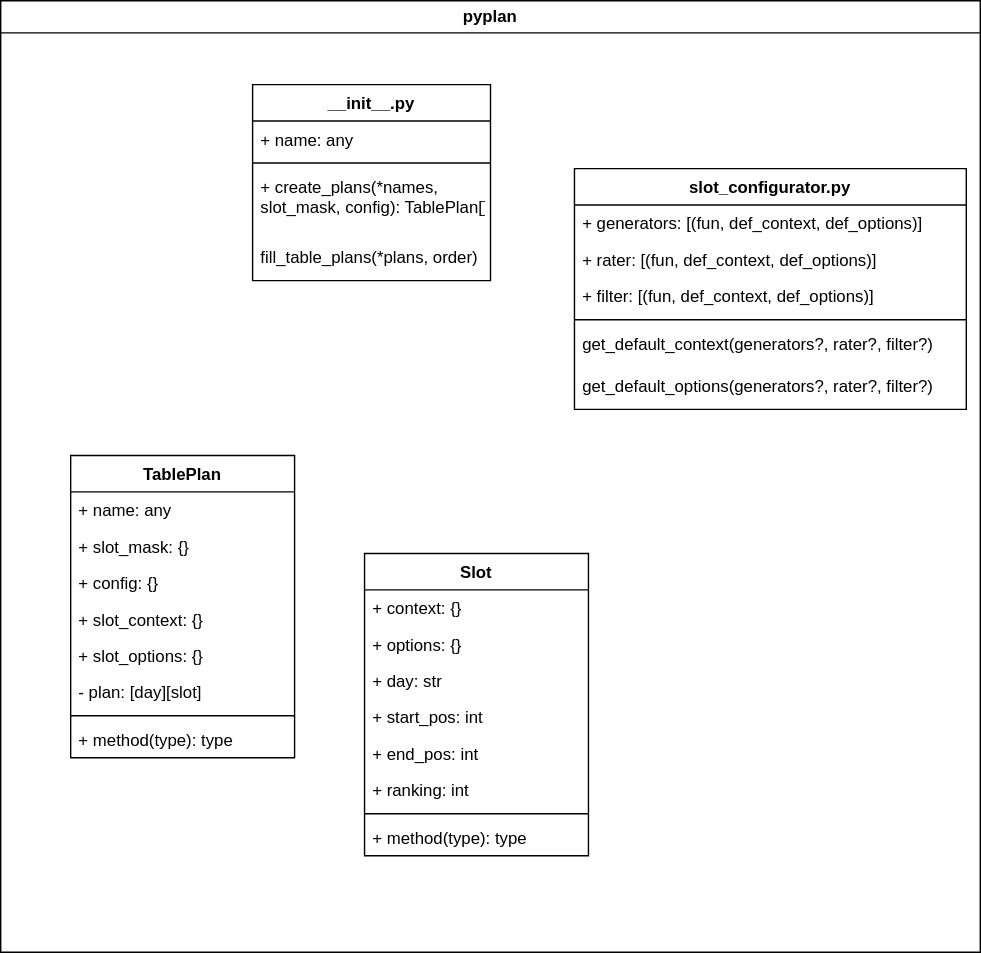
Before: overview.svg, a diagram exported from draw.io (Mankianer/Stundenplan). Source tidied: cells renumbered, new cells last; positions are measured from the earlier drawing's top-left corner, leaving out a move shared by most shapes.
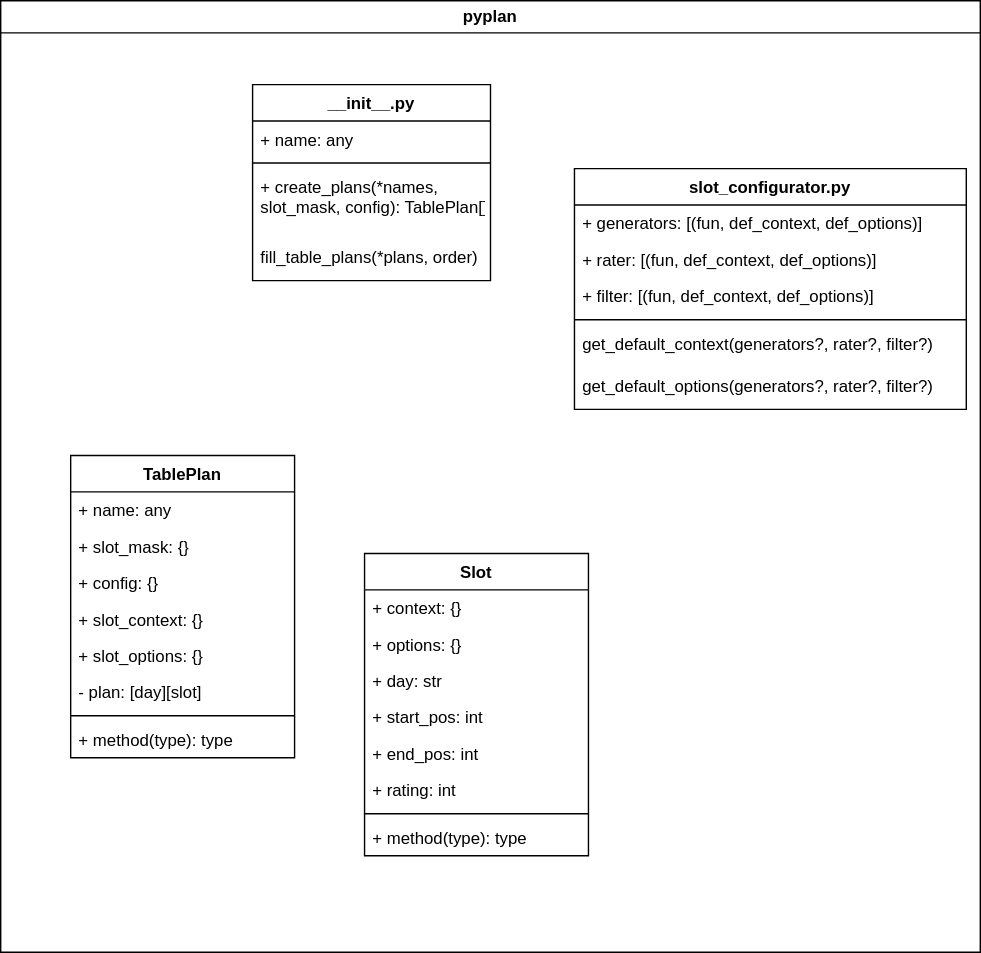
Above is the later version.

What changed in the source:
```diff
@@ -50,7 +50,7 @@
     <mxCell id="17" value="+ end_pos: int" style="text;strokeColor=none;fillColor=none;align=left;verticalAlign=top;spacingLeft=4;spacingRight=4;overflow=hidden;" parent="12" vertex="1">
       <mxGeometry y="130" width="160" height="26" as="geometry" />
     </mxCell>
-    <mxCell id="18" value="+ ranking: int" style="text;strokeColor=none;fillColor=none;align=left;verticalAlign=top;spacingLeft=4;spacingRight=4;overflow=hidden;" parent="12" vertex="1">
+    <mxCell id="18" value="+ rating: int" style="text;strokeColor=none;fillColor=none;align=left;verticalAlign=top;spacingLeft=4;spacingRight=4;overflow=hidden;" parent="12" vertex="1">
       <mxGeometry y="156" width="160" height="26" as="geometry" />
     </mxCell>
     <mxCell id="19" style="line;strokeWidth=1;fillColor=none;align=left;verticalAlign=middle;spacingTop=-1;spacingLeft=3;spacingRight=3;labelPosition=right;strokeColor=inherit;" parent="12" vertex="1">
```
